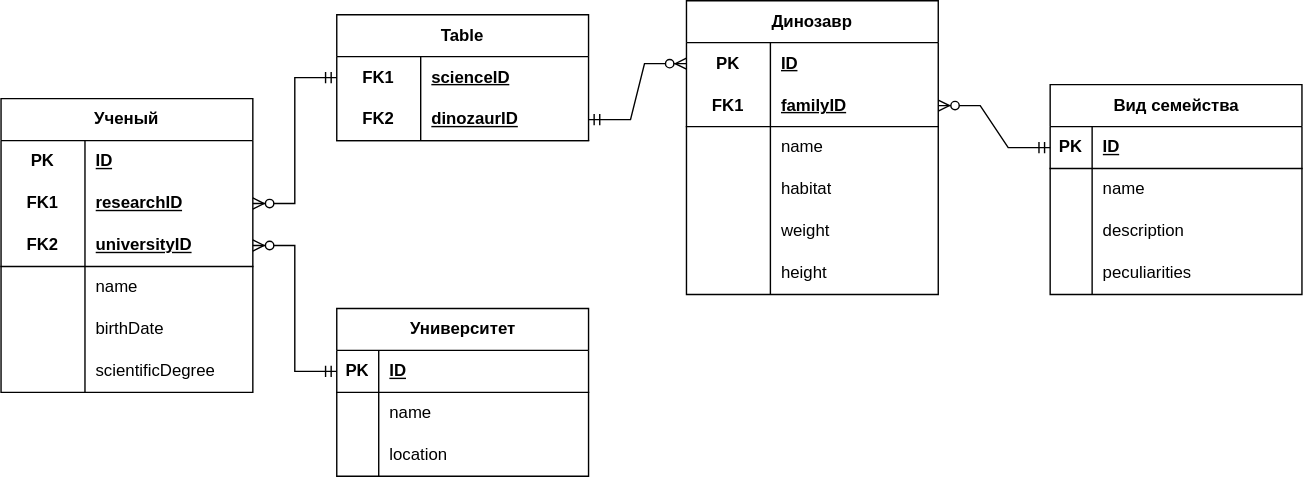
Earlier version of the draw.io export DataScience/lab1/bd.drawio.svg (yargames1/ITMO). Source tidied: cells renumbered, new cells last; positions are measured from the earlier drawing's top-left corner, leaving out a move shared by most shapes.
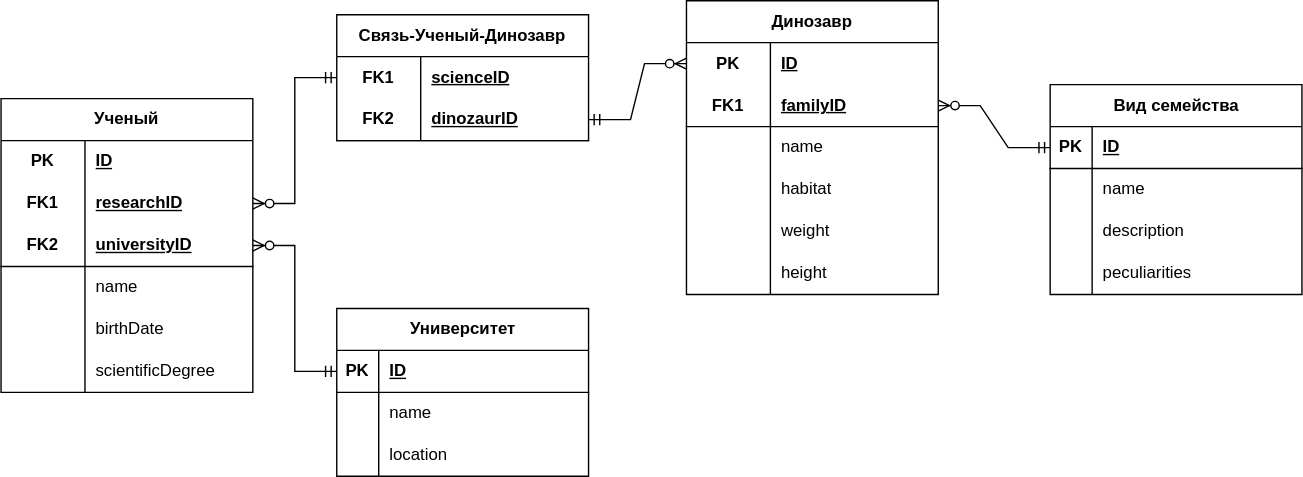
After the change.

Diff of the diagram source:
```diff
@@ -206,7 +206,7 @@
         </Array>
       </mxGeometry>
     </mxCell>
-    <mxCell id="67" value="Table" style="shape=table;startSize=30;rowLines=0;fontStyle=1;align=center;html=1;whiteSpace=wrap;" parent="1" vertex="1">
+    <mxCell id="67" value="Связь-Ученый-Динозавр" style="shape=table;startSize=30;rowLines=0;fontStyle=1;align=center;html=1;whiteSpace=wrap;" parent="1" vertex="1">
       <mxGeometry x="240" y="10" width="180" height="90" as="geometry" />
     </mxCell>
     <mxCell id="68" style="shape=tableRow;horizontal=0;startSize=0;swimlaneHead=0;swimlaneBody=0;fillColor=none;points=[[0,0.5],[1,0.5]];portConstraint=eastwest;top=0;left=0;right=0;bottom=0;html=1;" parent="67" vertex="1">
```
